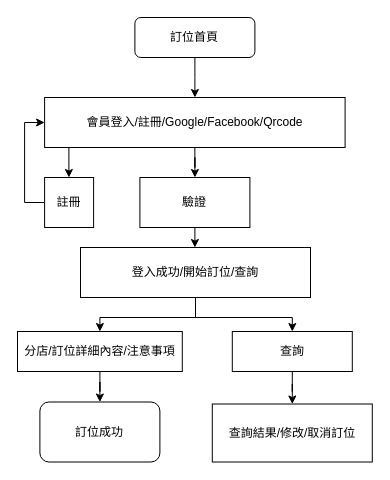
Earlier version of the draw.io diagram page "介面流程" (2 of 2) of 訂位系統.drawio (Josh1216/draw.io_test). Source tidied: cells renumbered, new cells numbered last; positions are measured from the earlier drawing's top-left corner, leaving out a move shared by most shapes. Both pictures are drawn from the tidied source at 100%, with x=0, y=0 at pixel (17, 17).
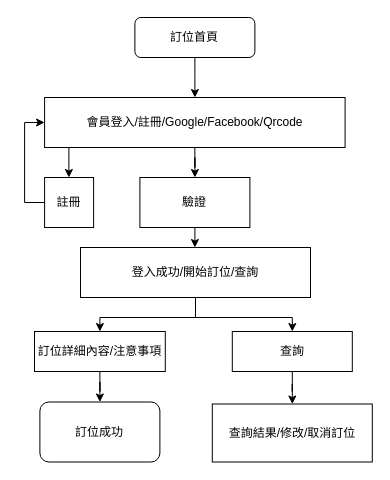
The same page after the edit.

The change refers to these unchanged cells:
```xml
<mxCell id="14" value="訂位成功" style="rounded=1;whiteSpace=wrap;html=1;" parent="1" vertex="1">
  <mxGeometry x="22.4" y="384.5" width="120" height="60" as="geometry" />
</mxCell>
```

Diff of the diagram source:
```diff
@@
-    <mxCell id="18" style="edgeStyle=orthogonalEdgeStyle;rounded=0;jettySize=auto;html=1;exitX=0.5;exitY=1;exitDx=0;exitDy=0;" parent="1" edge="1" source="19" target="14">
+    <mxCell id="18" style="edgeStyle=orthogonalEdgeStyle;rounded=0;jettySize=auto;html=1;" parent="1" edge="1" source="19" target="14">
       <mxGeometry relative="1" as="geometry" />
     </mxCell>
-    <mxCell id="19" value="分店/訂位詳細內容/注意事項" style="rounded=0;whiteSpace=wrap;html=1;" parent="1" vertex="1">
-      <mxGeometry y="314" width="164.8" height="40" as="geometry" />
+    <mxCell id="19" value="訂位詳細內容/注意事項" style="rounded=0;whiteSpace=wrap;html=1;" parent="1" vertex="1">
+      <mxGeometry x="17" y="314" width="130.8" height="40" as="geometry" />
     </mxCell>
```
